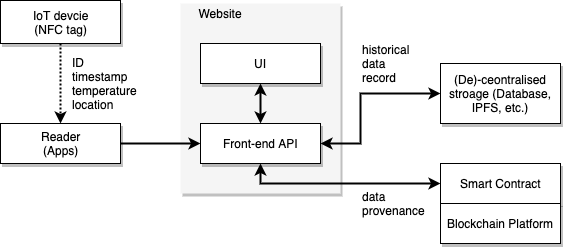
This is Supply chain demo.png from dricp-swinburne/supplychaindemo, a draw.io export, as it was before one commit. Source tidied: cells renumbered, new cells last; positions are measured from the earlier drawing's top-left corner, leaving out a move shared by most shapes. The source it was exported from:
```xml
<mxGraphModel>
  <root>
    <mxCell id="0" />
    <mxCell id="1" parent="0" />
    <mxCell id="2" style="rounded=0;whiteSpace=wrap;html=1;shadow=1;align=left;strokeColor=none;fillColor=#f5f5f5;fontColor=#333333;" parent="1" vertex="1">
      <mxGeometry x="180" y="3" width="160" height="190" as="geometry" />
    </mxCell>
    <mxCell id="3" style="edgeStyle=orthogonalEdgeStyle;rounded=0;jettySize=auto;html=1;exitX=0.5;exitY=1;exitDx=0;exitDy=0;entryX=0.5;entryY=0;entryDx=0;entryDy=0;strokeWidth=2;dashed=1;dashPattern=1 1;" parent="1" edge="1" source="4" target="6">
      <mxGeometry relative="1" as="geometry" />
    </mxCell>
    <mxCell id="4" value="IoT devcie&lt;br&gt;(NFC tag)" style="html=1;align=center;shadow=1;" parent="1" vertex="1">
      <mxGeometry width="120" height="43" as="geometry" />
    </mxCell>
    <mxCell id="5" style="edgeStyle=orthogonalEdgeStyle;rounded=0;jettySize=auto;html=1;exitX=1;exitY=0.5;exitDx=0;exitDy=0;entryX=0;entryY=0.5;entryDx=0;entryDy=0;shadow=0;strokeWidth=2;" parent="1" edge="1" source="6" target="8">
      <mxGeometry relative="1" as="geometry" />
    </mxCell>
    <mxCell id="6" value="Reader&lt;br&gt;(Apps)" style="html=1;align=center;shadow=1;" parent="1" vertex="1">
      <mxGeometry y="123" width="120" height="40" as="geometry" />
    </mxCell>
    <mxCell id="7" value="ID&lt;br&gt;timestamp&lt;br&gt;temperature&lt;br&gt;location" style="text;html=1;strokeColor=none;fillColor=none;align=left;verticalAlign=middle;whiteSpace=wrap;rounded=0;" parent="1" vertex="1">
      <mxGeometry x="70" y="73" width="40" height="20" as="geometry" />
    </mxCell>
    <mxCell id="8" value="Front-end API" style="html=1;align=center;shadow=1;" parent="1" vertex="1">
      <mxGeometry x="200" y="123" width="120" height="40" as="geometry" />
    </mxCell>
    <mxCell id="9" value="UI" style="html=1;align=center;shadow=1;" parent="1" vertex="1">
      <mxGeometry x="200" y="43" width="120" height="40" as="geometry" />
    </mxCell>
    <mxCell id="10" value="Smart Contract" style="html=1;align=center;shadow=1;" parent="1" vertex="1">
      <mxGeometry x="440" y="163" width="120" height="40" as="geometry" />
    </mxCell>
    <mxCell id="11" style="endArrow=classic;startArrow=classic;html=1;shadow=0;strokeWidth=2;entryX=0;entryY=0.5;entryDx=0;entryDy=0;exitX=0.5;exitY=1;exitDx=0;exitDy=0;edgeStyle=orthogonalEdgeStyle;jumpSize=0;rounded=0;" parent="1" edge="1" source="8" target="10">
      <mxGeometry relative="1" as="geometry" />
    </mxCell>
    <mxCell id="12" value="data provenance" style="text;html=1;strokeColor=none;fillColor=none;align=left;verticalAlign=middle;whiteSpace=wrap;rounded=0;" parent="1" vertex="1">
      <mxGeometry x="360" y="193" width="40" height="20" as="geometry" />
    </mxCell>
    <mxCell id="13" value="Blockchain Platform" style="html=1;align=center;shadow=1;" parent="1" vertex="1">
      <mxGeometry x="440" y="203" width="120" height="40" as="geometry" />
    </mxCell>
    <mxCell id="14" value="(De)-ceontralised stroage (Database, IPFS, etc.)" style="html=1;align=center;shadow=1;whiteSpace=wrap;" parent="1" vertex="1">
      <mxGeometry x="440" y="63" width="120" height="60" as="geometry" />
    </mxCell>
    <mxCell id="15" style="endArrow=classic;startArrow=classic;html=1;shadow=0;strokeWidth=2;entryX=0;entryY=0.5;entryDx=0;entryDy=0;exitX=1;exitY=0.5;exitDx=0;exitDy=0;edgeStyle=orthogonalEdgeStyle;jumpSize=0;rounded=0;" parent="1" edge="1" source="8" target="14">
      <mxGeometry relative="1" as="geometry">
        <Array as="points">
          <mxPoint x="360" y="143" />
          <mxPoint x="360" y="93" />
        </Array>
      </mxGeometry>
    </mxCell>
    <mxCell id="16" value="historical data record" style="text;html=1;strokeColor=none;fillColor=none;align=left;verticalAlign=middle;whiteSpace=wrap;rounded=0;" parent="1" vertex="1">
      <mxGeometry x="360" y="53" width="40" height="20" as="geometry" />
    </mxCell>
    <mxCell id="17" style="endArrow=classic;startArrow=classic;html=1;shadow=0;strokeWidth=2;entryX=0.5;entryY=1;entryDx=0;entryDy=0;exitX=0.5;exitY=0;exitDx=0;exitDy=0;jumpSize=0;rounded=0;" parent="1" edge="1" source="8" target="9">
      <mxGeometry relative="1" as="geometry" />
    </mxCell>
    <mxCell id="18" style="edgeStyle=none;shape=arrow;rounded=0;jumpSize=0;orthogonalLoop=1;jettySize=auto;html=1;exitX=0.5;exitY=1;exitDx=0;exitDy=0;shadow=0;strokeWidth=2;" parent="1" edge="1" source="12" target="12">
      <mxGeometry relative="1" as="geometry" />
    </mxCell>
    <mxCell id="19" value="Website" style="text;html=1;strokeColor=none;fillColor=none;align=center;verticalAlign=middle;whiteSpace=wrap;rounded=0;shadow=1;" parent="1" vertex="1">
      <mxGeometry x="200" y="3" width="40" height="20" as="geometry" />
    </mxCell>
  </root>
</mxGraphModel>
```
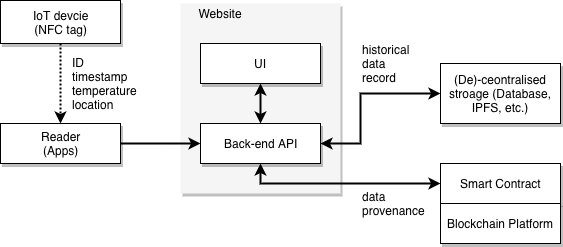
The same file after the commit.

What changed in the source:
```diff
@@ -20,7 +20,7 @@
     <mxCell id="7" value="ID&lt;br&gt;timestamp&lt;br&gt;temperature&lt;br&gt;location" style="text;html=1;strokeColor=none;fillColor=none;align=left;verticalAlign=middle;whiteSpace=wrap;rounded=0;" parent="1" vertex="1">
       <mxGeometry x="70" y="73" width="40" height="20" as="geometry" />
     </mxCell>
-    <mxCell id="8" value="Front-end API" style="html=1;align=center;shadow=1;" parent="1" vertex="1">
+    <mxCell id="8" value="Back-end API" style="html=1;align=center;shadow=1;" parent="1" vertex="1">
       <mxGeometry x="200" y="123" width="120" height="40" as="geometry" />
     </mxCell>
     <mxCell id="9" value="UI" style="html=1;align=center;shadow=1;" parent="1" vertex="1">
```
